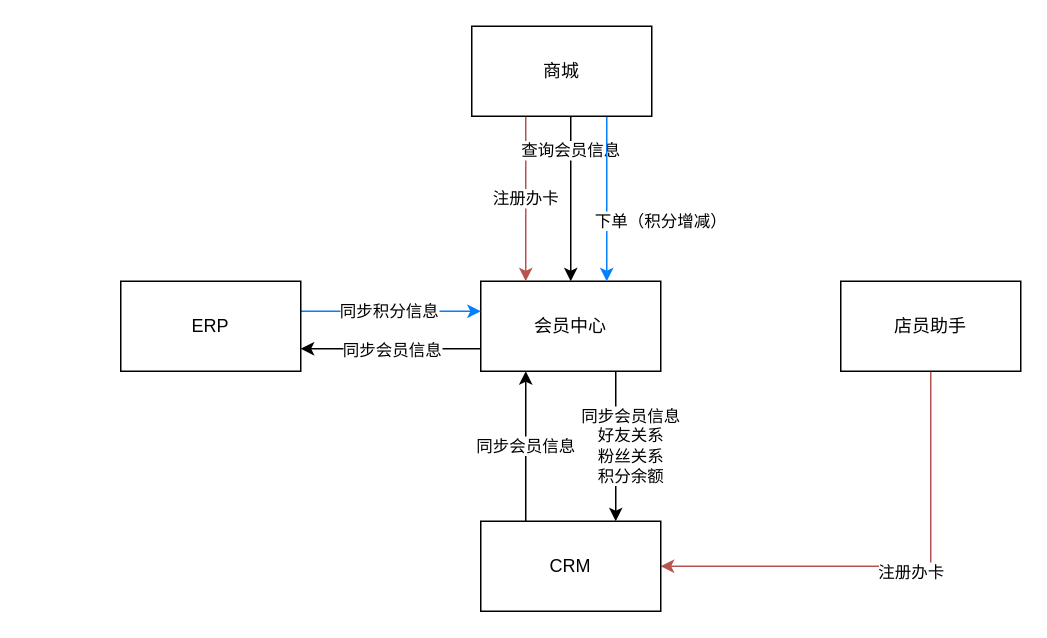
JustDoItHilary/HilarysTraining keeps this draw.io diagram as Untitled Diagram.drawio. Above is the earlier version. Source tidied: cells renumbered, new cells numbered last; positions are measured from the earlier drawing's top-left corner, leaving out a move shared by most shapes. Both pictures are drawn from the tidied source at 150%, with x=0, y=0 at pixel (120, 26).
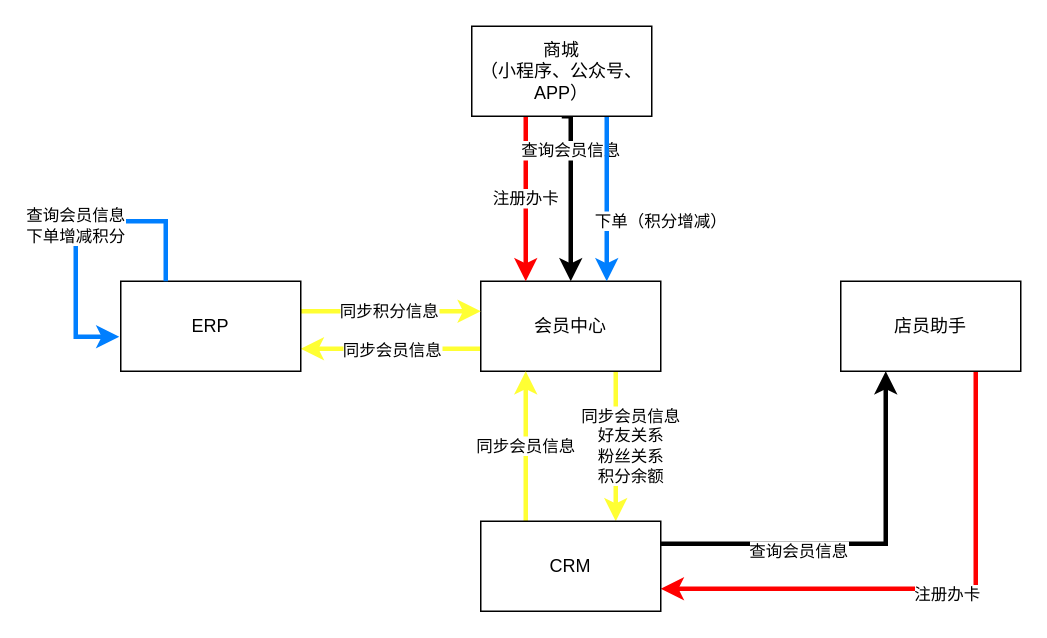
The same diagram, later.

The change refers to these unchanged cells:
```xml
<mxCell id="5" value="会员中心" style="rounded=0;whiteSpace=wrap;html=1;" parent="1" vertex="1">
  <mxGeometry x="240" y="170" width="120" height="60" as="geometry" />
</mxCell>
<mxCell id="12" value="ERP" style="rounded=0;whiteSpace=wrap;html=1;" parent="1" vertex="1">
  <mxGeometry y="170" width="120" height="60" as="geometry" />
</mxCell>
<mxCell id="15" value="店员助手" style="rounded=0;whiteSpace=wrap;html=1;" parent="1" vertex="1">
  <mxGeometry x="480" y="170" width="120" height="60" as="geometry" />
</mxCell>
<mxCell id="17" value="CRM" style="rounded=0;whiteSpace=wrap;html=1;" parent="1" vertex="1">
  <mxGeometry x="240" y="330" width="120" height="60" as="geometry" />
</mxCell>
```

What changed in the source:
```diff
@@
-    <mxCell id="2" style="edgeStyle=orthogonalEdgeStyle;rounded=0;jettySize=auto;html=1;entryX=1;entryY=0.75;entryDx=0;entryDy=0;" parent="1" edge="1" source="5" target="12">
+    <mxCell id="2" style="edgeStyle=orthogonalEdgeStyle;rounded=0;jettySize=auto;html=1;entryX=1;entryY=0.75;entryDx=0;entryDy=0;fillColor=#fff2cc;strokeColor=#FFFF33;strokeWidth=3;" parent="1" edge="1" source="5" target="12">
       <mxGeometry relative="1" as="geometry">
         <Array as="points">
           <mxPoint x="240" y="215" />
           <mxPoint x="240" y="215" />
         </Array>
       </mxGeometry>
     </mxCell>
@@
-    <mxCell id="4" value="同步会员信息&lt;br&gt;好友关系&lt;br&gt;粉丝关系&lt;br&gt;积分余额" style="edgeStyle=orthogonalEdgeStyle;rounded=0;jettySize=auto;html=1;exitX=0.75;exitY=1;exitDx=0;exitDy=0;entryX=0.75;entryY=0;entryDx=0;entryDy=0;" parent="1" edge="1" source="5" target="17">
+    <mxCell id="4" value="同步会员信息&lt;br&gt;好友关系&lt;br&gt;粉丝关系&lt;br&gt;积分余额" style="edgeStyle=orthogonalEdgeStyle;rounded=0;jettySize=auto;html=1;exitX=0.75;exitY=1;exitDx=0;exitDy=0;entryX=0.75;entryY=0;entryDx=0;entryDy=0;fillColor=#fff2cc;strokeColor=#FFFF33;strokeWidth=3;" parent="1" edge="1" source="5" target="17">
       <mxGeometry y="10" relative="1" as="geometry" />
     </mxCell>
@@
-    <mxCell id="6" value="注册办卡" style="edgeStyle=orthogonalEdgeStyle;rounded=0;jettySize=auto;html=1;fillColor=#f8cecc;strokeColor=#b85450;" parent="1" edge="1" source="9" target="5">
+    <mxCell id="6" value="注册办卡" style="edgeStyle=orthogonalEdgeStyle;rounded=0;jettySize=auto;html=1;fillColor=#f8cecc;strokeColor=#FF0000;strokeWidth=3;" parent="1" edge="1" source="9" target="5">
       <mxGeometry relative="1" as="geometry">
         <Array as="points">
           <mxPoint x="270" y="120" />
           <mxPoint x="270" y="120" />
         </Array>
       </mxGeometry>
     </mxCell>
-    <mxCell id="7" value="查询会员信息" style="edgeStyle=orthogonalEdgeStyle;rounded=0;jettySize=auto;html=1;exitX=0.5;exitY=1;exitDx=0;exitDy=0;entryX=0.5;entryY=0;entryDx=0;entryDy=0;" parent="1" edge="1" source="9" target="5">
+    <mxCell id="7" value="查询会员信息" style="edgeStyle=orthogonalEdgeStyle;rounded=0;jettySize=auto;html=1;exitX=0.5;exitY=1;exitDx=0;exitDy=0;entryX=0.5;entryY=0;entryDx=0;entryDy=0;strokeWidth=3;" parent="1" edge="1" source="9" target="5">
       <mxGeometry x="-0.5" relative="1" as="geometry">
         <Array as="points">
           <mxPoint x="300" y="110" />
           <mxPoint x="300" y="110" />
         </Array>
       </mxGeometry>
     </mxCell>
-    <mxCell id="8" value="下单（积分增减）" style="edgeStyle=orthogonalEdgeStyle;rounded=0;jettySize=auto;html=1;exitX=0.75;exitY=1;exitDx=0;exitDy=0;entryX=0.7;entryY=0;entryDx=0;entryDy=0;entryPerimeter=0;fillColor=#dae8fc;strokeColor=#007FFF;" parent="1" edge="1" source="9" target="5">
+    <mxCell id="8" value="下单（积分增减）" style="edgeStyle=orthogonalEdgeStyle;rounded=0;jettySize=auto;html=1;exitX=0.75;exitY=1;exitDx=0;exitDy=0;entryX=0.7;entryY=0;entryDx=0;entryDy=0;entryPerimeter=0;fillColor=#dae8fc;strokeColor=#007FFF;strokeWidth=3;" parent="1" edge="1" source="9" target="5">
       <mxGeometry x="0.27" y="36" relative="1" as="geometry" />
     </mxCell>
-    <mxCell id="9" value="商城" style="rounded=0;whiteSpace=wrap;html=1;" parent="1" vertex="1">
+    <mxCell id="9" value="商城&lt;br&gt;（小程序、公众号、APP）" style="rounded=0;whiteSpace=wrap;html=1;" parent="1" vertex="1">
       <mxGeometry x="234" width="120" height="60" as="geometry" />
     </mxCell>
-    <mxCell id="10" style="edgeStyle=orthogonalEdgeStyle;rounded=0;jettySize=auto;html=1;fillColor=#dae8fc;strokeColor=#007FFF;" parent="1" edge="1" source="12">
+    <mxCell id="10" style="edgeStyle=orthogonalEdgeStyle;rounded=0;jettySize=auto;html=1;fillColor=#fff2cc;strokeColor=#FFFF33;strokeWidth=3;" parent="1" edge="1" source="12">
       <mxGeometry relative="1" as="geometry">
         <mxPoint x="240" y="190" as="targetPoint" />
         <Array as="points">
           <mxPoint x="150" y="190" />
           <mxPoint x="150" y="190" />
         </Array>
       </mxGeometry>
     </mxCell>
@@
-    <mxCell id="13" style="edgeStyle=orthogonalEdgeStyle;rounded=0;jettySize=auto;html=1;entryX=1;entryY=0.5;entryDx=0;entryDy=0;fillColor=#f8cecc;strokeColor=#b85450;" parent="1" edge="1" source="15" target="17">
+    <mxCell id="13" style="edgeStyle=orthogonalEdgeStyle;rounded=0;jettySize=auto;html=1;entryX=1;entryY=0.75;entryDx=0;entryDy=0;fillColor=#f8cecc;strokeColor=#FF0000;strokeWidth=3;" parent="1" edge="1" source="15" target="17">
       <mxGeometry relative="1" as="geometry">
         <Array as="points">
-          <mxPoint x="540" y="360" />
+          <mxPoint x="570" y="375" />
         </Array>
       </mxGeometry>
     </mxCell>
@@
-    <mxCell id="16" value="同步会员信息" style="edgeStyle=orthogonalEdgeStyle;rounded=0;jettySize=auto;html=1;" parent="1" edge="1" source="17" target="5">
+    <mxCell id="16" value="同步会员信息" style="edgeStyle=orthogonalEdgeStyle;rounded=0;jettySize=auto;html=1;fillColor=#fff2cc;strokeColor=#FFFF33;strokeWidth=3;" parent="1" edge="1" source="17" target="5">
       <mxGeometry relative="1" as="geometry">
         <Array as="points">
           <mxPoint x="270" y="300" />
           <mxPoint x="270" y="300" />
         </Array>
       </mxGeometry>
     </mxCell>
+    <mxCell id="18" style="edgeStyle=orthogonalEdgeStyle;rounded=0;jettySize=auto;html=1;exitX=1;exitY=0.25;exitDx=0;exitDy=0;entryX=0.25;entryY=1;entryDx=0;entryDy=0;strokeColor=#000000;strokeWidth=3;" parent="1" edge="1" source="17" target="15">
+      <mxGeometry relative="1" as="geometry" />
+    </mxCell>
+    <mxCell id="19" value="查询会员信息" style="edgeLabel;html=1;align=center;verticalAlign=middle;" parent="18" vertex="1">
+      <mxGeometry x="-0.31" y="-4" relative="1" as="geometry" />
+    </mxCell>
@@
+    <mxCell id="20" value="查询会员信息&lt;br&gt;下单增减积分" style="edgeStyle=orthogonalEdgeStyle;rounded=0;orthogonalLoop=1;jettySize=auto;html=1;exitX=0.25;exitY=0;exitDx=0;exitDy=0;strokeColor=#007FFF;entryX=-0.008;entryY=0.617;entryDx=0;entryDy=0;entryPerimeter=0;strokeWidth=3;" parent="1" edge="1" source="12" target="12">
+      <mxGeometry relative="1" as="geometry">
+        <Array as="points">
+          <mxPoint x="30" y="130" />
+          <mxPoint x="-30" y="130" />
+          <mxPoint x="-30" y="207" />
+        </Array>
+      </mxGeometry>
+    </mxCell>
```
